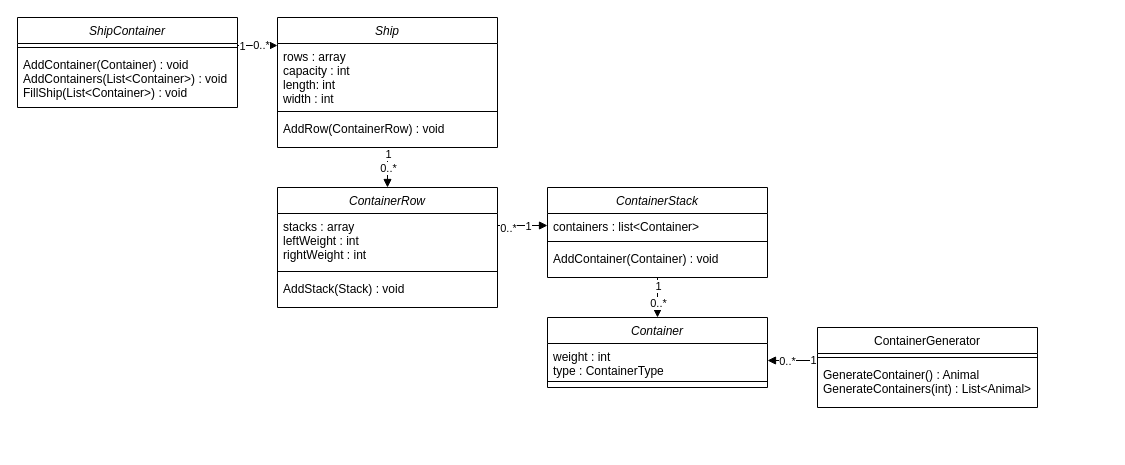
Thomas-Molen/S2CMKThomasvanderMolen keeps this draw.io diagram as Sprint4/ExtraOpdrachten/ContainervervoerClassDiagram.drawio. Above is the earlier version. Source tidied: cells renumbered, new cells numbered last; positions are measured from the earlier drawing's top-left corner, leaving out a move shared by most shapes. Both pictures are drawn from the tidied source at 100%, with x=0, y=0 at pixel (17, 17).
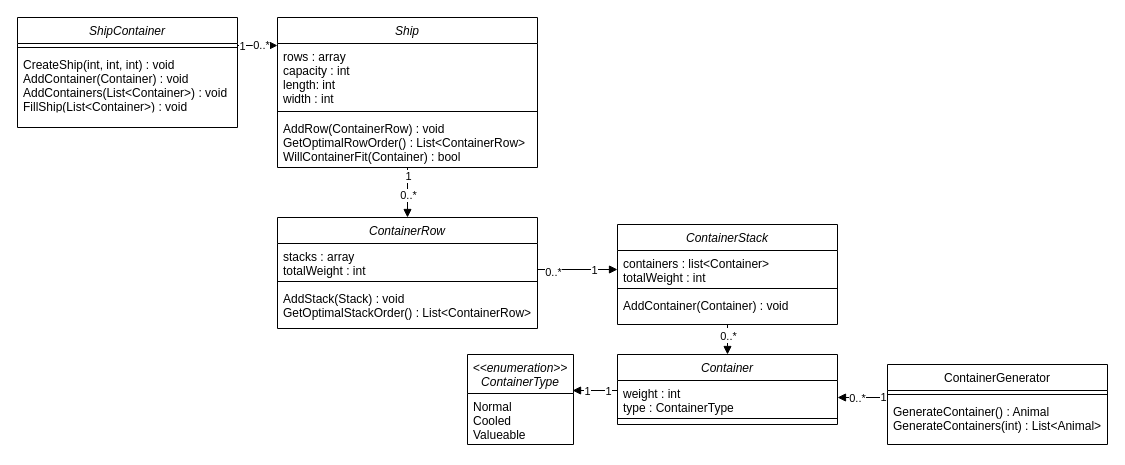
The same page after the edit.

Unchanged cells that the change refers to:
```xml
<mxCell id="3" value="weight : int&#10;type : ContainerType" style="text;align=left;verticalAlign=top;spacingLeft=4;spacingRight=4;overflow=hidden;points=[[0,0.5],[1,0.5]];portConstraint=eastwest;rounded=0;shadow=0;html=0;" parent="2" vertex="1">
  <mxGeometry y="26" width="220" height="34" as="geometry" />
</mxCell>
```

Change to the diagram source:
```diff
@@
+    <mxCell id="38" style="edgeStyle=orthogonalEdgeStyle;rounded=0;jettySize=auto;html=1;entryX=0.991;entryY=-0.059;entryDx=0;entryDy=0;entryPerimeter=0;endArrow=block;endFill=1;" parent="1" edge="1" source="2" target="42">
+      <mxGeometry relative="1" as="geometry">
+        <Array as="points">
+          <mxPoint x="560" y="373" />
+          <mxPoint x="560" y="373" />
+        </Array>
+      </mxGeometry>
+    </mxCell>
+    <mxCell id="39" value="1" style="edgeLabel;html=1;align=center;verticalAlign=middle;" parent="38" vertex="1">
+      <mxGeometry x="-0.82" relative="1" as="geometry">
+        <mxPoint x="-6" as="offset" />
+      </mxGeometry>
+    </mxCell>
+    <mxCell id="40" value="1" style="edgeLabel;html=1;align=center;verticalAlign=middle;" parent="38" vertex="1">
+      <mxGeometry x="0.36" relative="1" as="geometry" />
+    </mxCell>
     <mxCell id="2" value="Container" style="swimlane;fontStyle=2;align=center;verticalAlign=top;horizontal=1;startSize=26;rounded=0;shadow=0;strokeWidth=1;" parent="1" vertex="1">
-      <mxGeometry x="530" y="300" width="220" height="70" as="geometry" />
+      <mxGeometry x="600" y="337" width="220" height="70" as="geometry" />
     </mxCell>
@@
     <mxCell id="8" value="Ship" style="swimlane;fontStyle=2;align=center;verticalAlign=top;horizontal=1;startSize=26;rounded=0;shadow=0;strokeWidth=1;" parent="1" vertex="1">
-      <mxGeometry x="260" width="220" height="130" as="geometry" />
+      <mxGeometry x="260" width="260" height="150" as="geometry" />
     </mxCell>
     <mxCell id="9" value="rows : array&#10;capacity : int&#10;length: int&#10;width : int" style="text;align=left;verticalAlign=top;spacingLeft=4;spacingRight=4;overflow=hidden;" parent="8" vertex="1">
-      <mxGeometry y="26" width="220" height="64" as="geometry" />
+      <mxGeometry y="26" width="260" height="64" as="geometry" />
     </mxCell>
     <mxCell id="10" style="line;html=1;strokeWidth=1;align=left;verticalAlign=middle;spacingTop=-1;spacingLeft=3;spacingRight=3;labelPosition=right;" parent="8" vertex="1">
-      <mxGeometry y="90" width="220" height="8" as="geometry" />
+      <mxGeometry y="90" width="260" height="8" as="geometry" />
     </mxCell>
-    <mxCell id="11" value="AddRow(ContainerRow) : void" style="text;align=left;verticalAlign=top;spacingLeft=4;spacingRight=4;overflow=hidden;" parent="8" vertex="1">
-      <mxGeometry y="98" width="220" height="32" as="geometry" />
+    <mxCell id="11" value="AddRow(ContainerRow) : void&#10;GetOptimalRowOrder() : List&lt;ContainerRow&gt;&#10;WillContainerFit(Container) : bool" style="text;align=left;verticalAlign=top;spacingLeft=4;spacingRight=4;overflow=hidden;" parent="8" vertex="1">
+      <mxGeometry y="98" width="260" height="52" as="geometry" />
     </mxCell>
     <mxCell id="12" style="edgeStyle=orthogonalEdgeStyle;rounded=0;jettySize=auto;html=1;endArrow=block;endFill=1;entryX=1;entryY=0.5;entryDx=0;entryDy=0;" parent="1" edge="1" source="15" target="3">
       <mxGeometry relative="1" as="geometry">
         <Array as="points">
-          <mxPoint x="820" y="343" />
-          <mxPoint x="820" y="343" />
+          <mxPoint x="890" y="380" />
+          <mxPoint x="890" y="380" />
         </Array>
       </mxGeometry>
     </mxCell>
@@
     <mxCell id="15" value="ContainerGenerator" style="swimlane;fontStyle=0;align=center;verticalAlign=top;horizontal=1;startSize=26;rounded=0;shadow=0;strokeWidth=1;" parent="1" vertex="1">
-      <mxGeometry x="800" y="310" width="220" height="80" as="geometry" />
+      <mxGeometry x="870" y="347" width="220" height="80" as="geometry" />
     </mxCell>
@@
     <mxCell id="21" value="ShipContainer" style="swimlane;fontStyle=2;align=center;verticalAlign=top;horizontal=1;startSize=26;rounded=0;shadow=0;strokeWidth=1;" parent="1" vertex="1">
-      <mxGeometry width="220" height="90" as="geometry" />
+      <mxGeometry width="220" height="110" as="geometry" />
     </mxCell>
@@
-    <mxCell id="23" value="AddContainer(Container) : void&#10;AddContainers(List&lt;Container&gt;) : void&#10;FillShip(List&lt;Container&gt;) : void" style="text;align=left;verticalAlign=top;spacingLeft=4;spacingRight=4;overflow=hidden;" parent="21" vertex="1">
+    <mxCell id="23" value="CreateShip(int, int, int) : void&#10;AddContainer(Container) : void&#10;AddContainers(List&lt;Container&gt;) : void&#10;FillShip(List&lt;Container&gt;) : void" style="text;align=left;verticalAlign=top;spacingLeft=4;spacingRight=4;overflow=hidden;" parent="21" vertex="1">
       <mxGeometry y="34" width="220" height="56" as="geometry" />
     </mxCell>
     <mxCell id="24" value="ContainerRow" style="swimlane;fontStyle=2;align=center;verticalAlign=top;horizontal=1;startSize=26;rounded=0;shadow=0;strokeWidth=1;" parent="1" vertex="1">
-      <mxGeometry x="260" y="170" width="220" height="120" as="geometry" />
+      <mxGeometry x="260" y="200" width="260" height="111" as="geometry" />
     </mxCell>
-    <mxCell id="25" value="stacks : array&#10;leftWeight : int&#10;rightWeight : int" style="text;align=left;verticalAlign=top;spacingLeft=4;spacingRight=4;overflow=hidden;points=[[0,0.5],[1,0.5]];portConstraint=eastwest;" parent="24" vertex="1">
-      <mxGeometry y="26" width="220" height="54" as="geometry" />
+    <mxCell id="25" value="stacks : array&#10;totalWeight : int" style="text;align=left;verticalAlign=top;spacingLeft=4;spacingRight=4;overflow=hidden;points=[[0,0.5],[1,0.5]];portConstraint=eastwest;" parent="24" vertex="1">
+      <mxGeometry y="26" width="260" height="34" as="geometry" />
     </mxCell>
     <mxCell id="26" style="line;html=1;strokeWidth=1;align=left;verticalAlign=middle;spacingTop=-1;spacingLeft=3;spacingRight=3;labelPosition=right;" parent="24" vertex="1">
-      <mxGeometry y="80" width="220" height="8" as="geometry" />
+      <mxGeometry y="60" width="260" height="8" as="geometry" />
     </mxCell>
-    <mxCell id="27" value="AddStack(Stack) : void" style="text;align=left;verticalAlign=top;spacingLeft=4;spacingRight=4;overflow=hidden;" parent="24" vertex="1">
-      <mxGeometry y="88" width="220" height="32" as="geometry" />
+    <mxCell id="27" value="AddStack(Stack) : void&#10;GetOptimalStackOrder() : List&lt;ContainerRow&gt;" style="text;align=left;verticalAlign=top;spacingLeft=4;spacingRight=4;overflow=hidden;" parent="24" vertex="1">
+      <mxGeometry y="68" width="260" height="42" as="geometry" />
     </mxCell>
@@
-    <mxCell id="31" style="edgeStyle=orthogonalEdgeStyle;rounded=0;jettySize=auto;html=1;endArrow=none;endFill=0;startArrow=block;startFill=1;" parent="1" edge="1" source="34">
+    <mxCell id="31" style="edgeStyle=orthogonalEdgeStyle;rounded=0;jettySize=auto;html=1;endArrow=none;endFill=0;startArrow=block;startFill=1;entryX=1;entryY=0.5;entryDx=0;entryDy=0;" parent="1" edge="1" source="34" target="25">
       <mxGeometry relative="1" as="geometry">
-        <mxPoint x="480" y="208" as="targetPoint" />
         <Array as="points">
-          <mxPoint x="490" y="208" />
-          <mxPoint x="490" y="208" />
+          <mxPoint x="520" y="252" />
         </Array>
       </mxGeometry>
     </mxCell>
@@
     <mxCell id="33" value="0..*" style="edgeLabel;html=1;align=center;verticalAlign=middle;" parent="31" vertex="1">
       <mxGeometry x="0.73" y="2" relative="1" as="geometry">
-        <mxPoint x="3" as="offset" />
+        <mxPoint x="12" as="offset" />
       </mxGeometry>
     </mxCell>
     <mxCell id="34" value="ContainerStack" style="swimlane;fontStyle=2;align=center;verticalAlign=top;horizontal=1;startSize=26;rounded=0;shadow=0;strokeWidth=1;" parent="1" vertex="1">
-      <mxGeometry x="530" y="170" width="220" height="90" as="geometry" />
+      <mxGeometry x="600" y="207" width="220" height="100" as="geometry" />
     </mxCell>
-    <mxCell id="35" value="containers : list&lt;Container&gt;" style="text;align=left;verticalAlign=top;spacingLeft=4;spacingRight=4;overflow=hidden;" parent="34" vertex="1">
-      <mxGeometry y="26" width="220" height="24" as="geometry" />
+    <mxCell id="35" value="containers : list&lt;Container&gt;&#10;totalWeight : int" style="text;align=left;verticalAlign=top;spacingLeft=4;spacingRight=4;overflow=hidden;" parent="34" vertex="1">
+      <mxGeometry y="26" width="220" height="34" as="geometry" />
     </mxCell>
     <mxCell id="36" style="line;html=1;strokeWidth=1;align=left;verticalAlign=middle;spacingTop=-1;spacingLeft=3;spacingRight=3;labelPosition=right;" parent="34" vertex="1">
-      <mxGeometry y="50" width="220" height="8" as="geometry" />
+      <mxGeometry y="60" width="220" height="8" as="geometry" />
     </mxCell>
     <mxCell id="37" value="AddContainer(Container) : void" style="text;align=left;verticalAlign=top;spacingLeft=4;spacingRight=4;overflow=hidden;" parent="34" vertex="1">
-      <mxGeometry y="58" width="220" height="32" as="geometry" />
+      <mxGeometry y="68" width="220" height="32" as="geometry" />
     </mxCell>
+    <mxCell id="41" value="&lt;&lt;enumeration&gt;&gt;&#10;ContainerType" style="swimlane;fontStyle=2;align=center;verticalAlign=top;horizontal=1;startSize=39;rounded=0;shadow=0;strokeWidth=1;" parent="1" vertex="1">
+      <mxGeometry x="450" y="337" width="106" height="90" as="geometry" />
+    </mxCell>
+    <mxCell id="42" value="Normal&#10;Cooled&#10;Valueable" style="text;align=left;verticalAlign=top;spacingLeft=4;spacingRight=4;overflow=hidden;points=[[0,0.5],[1,0.5]];portConstraint=eastwest;rounded=0;shadow=0;html=0;" parent="41" vertex="1">
+      <mxGeometry y="39" width="106" height="51" as="geometry" />
+    </mxCell>
```
